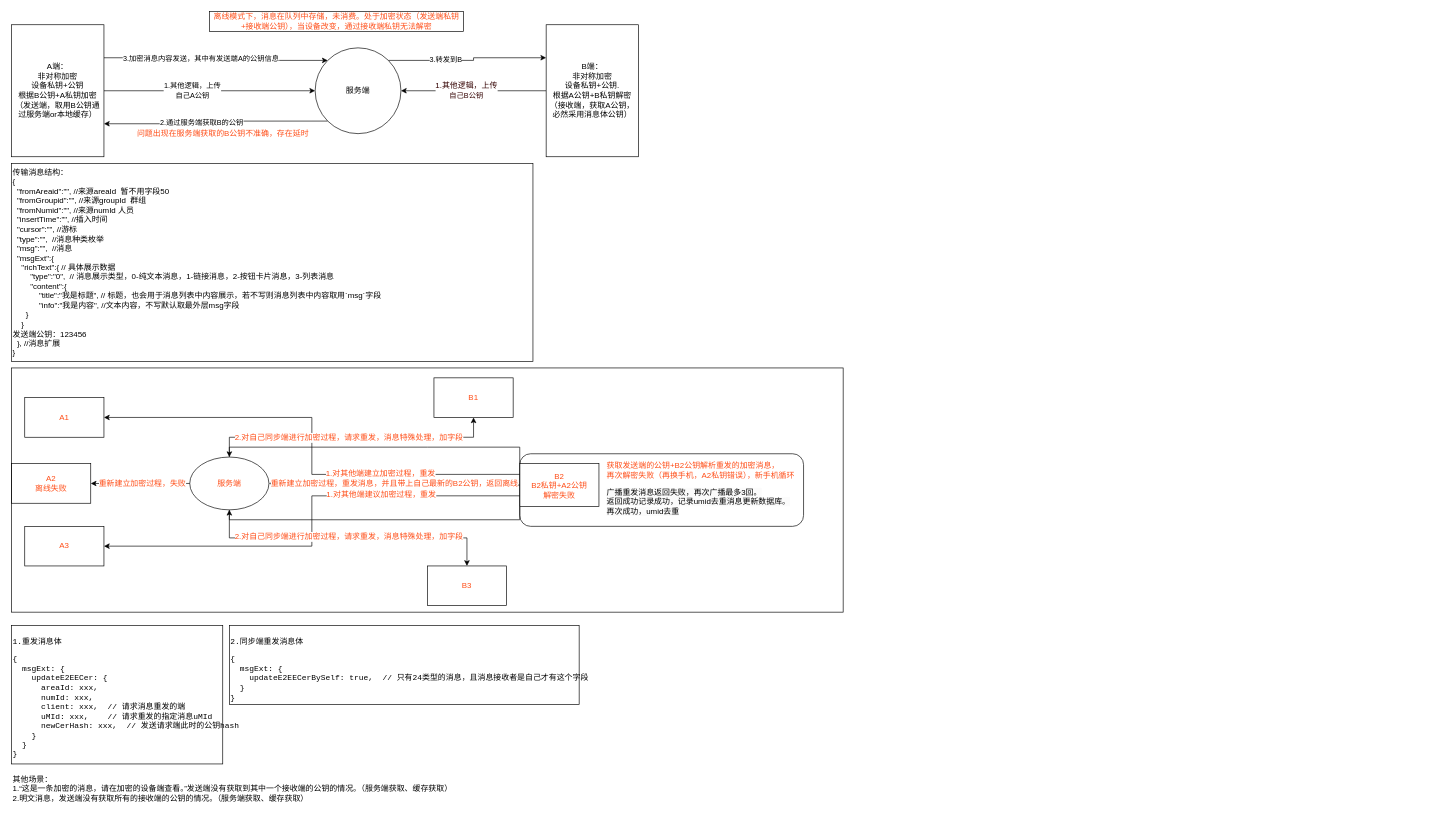
panhf/tu keeps this draw.io diagram as 端对端加密.drawio. Above is the earlier version. Source tidied: cells renumbered, new cells numbered last; positions are measured from the earlier drawing's top-left corner, leaving out a move shared by most shapes. Both pictures are drawn from the tidied source at 66%, with x=0, y=0 at pixel (11, 11).
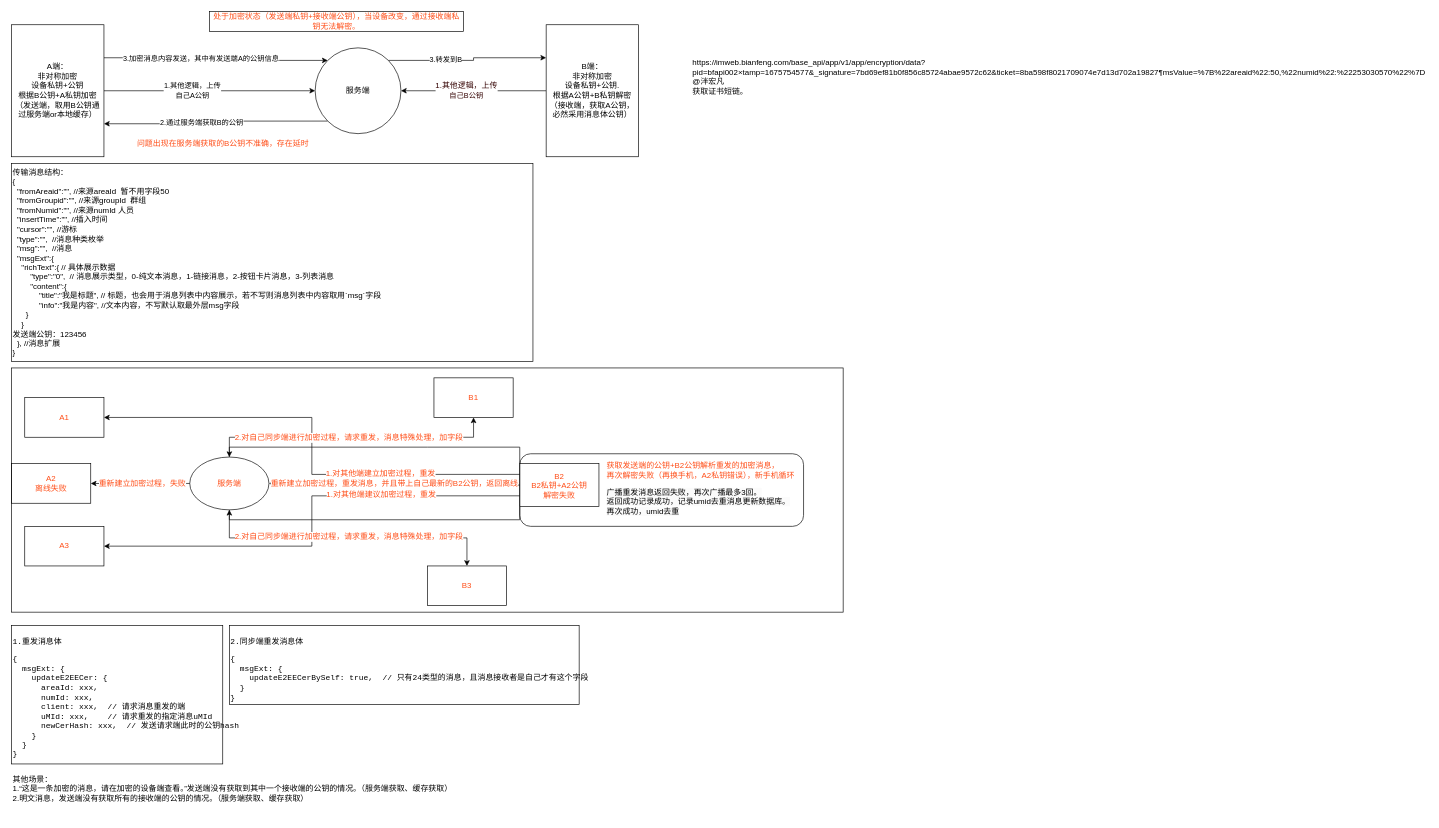
After the change.

Commit message:
更新端对端加密.drawio

The edit, as a diff of the source:
```diff
@@
     <mxCell id="16" value="问题出现在服务端获取的B公钥不准确，存在延时" style="text;html=1;align=center;verticalAlign=middle;strokeColor=none;fillColor=none;fontSize=12;fontColor=#FF4D17;" parent="1" vertex="1">
-      <mxGeometry x="180" y="170" width="280" height="30" as="geometry" />
+      <mxGeometry x="180" y="185" width="280" height="30" as="geometry" />
     </mxCell>
-    <mxCell id="17" value="离线模式下，消息在队列中存储，未消费。处于加密状态（发送端私钥+接收端公钥），当设备改变，通过接收端私钥无法解密" style="rounded=0;whiteSpace=wrap;html=1;strokeColor=default;fontSize=12;fontColor=#FF4D17;fillColor=none;" parent="1" vertex="1">
+    <mxCell id="17" value="处于加密状态（发送端私钥+接收端公钥），当设备改变，通过接收端私钥无法解密。" style="rounded=0;whiteSpace=wrap;html=1;strokeColor=default;fontSize=12;fontColor=#FF4D17;fillColor=none;" parent="1" vertex="1">
       <mxGeometry x="300" width="385" height="30" as="geometry" />
     </mxCell>
@@
+    <mxCell id="46" value="https://imweb.bianfeng.com/base_api/app/v1/app/encryption/data?pid=bfapi002×tamp=1675754577&amp;amp;_signature=7bd69ef81b0f856c85724abae9572c62&amp;amp;ticket=8ba598f8021709074e7d13d702a19827¶msValue=%7B%22areaid%22:50,%22numid%22:%22253030570%22%7D&amp;nbsp; @泮宏凡&lt;br&gt;获取证书短链。" style="text;whiteSpace=wrap;html=1;fontSize=12;fontColor=#000000;" parent="1" vertex="1">
+      <mxGeometry x="1030" y="64" width="173" height="65" as="geometry" />
+    </mxCell>
```
